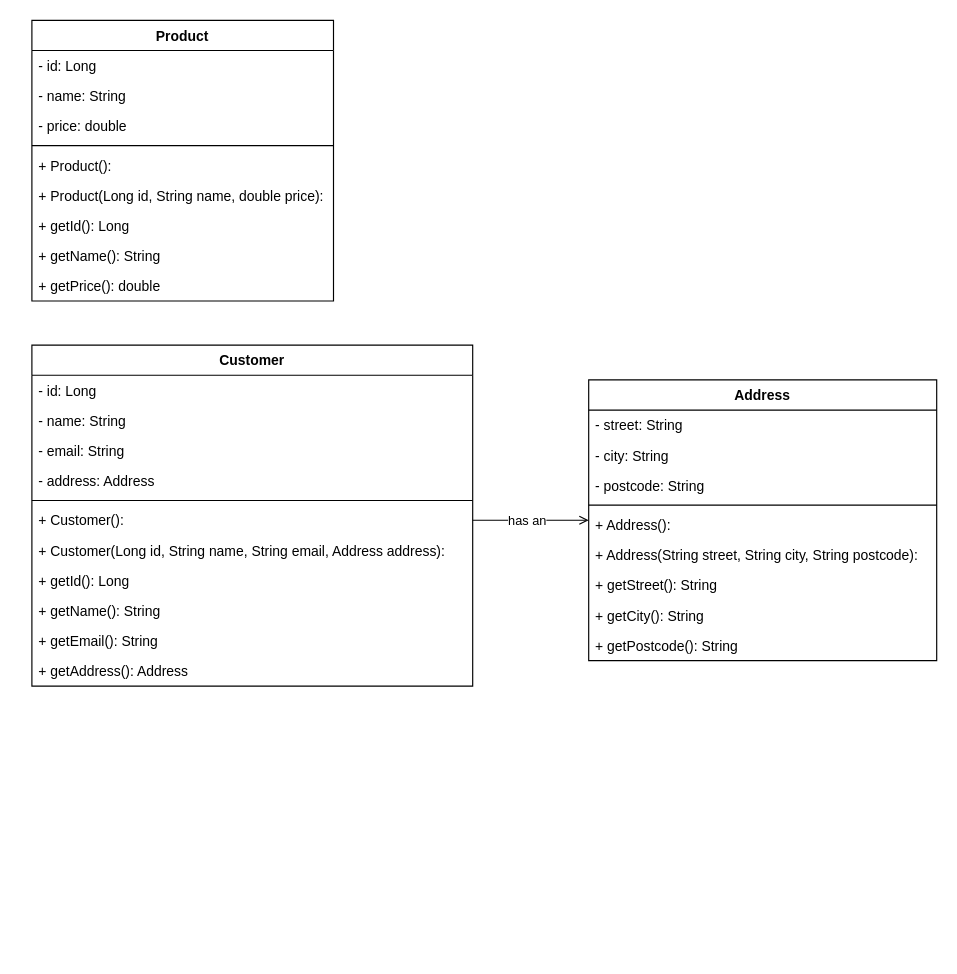
Earlier version of the draw.io diagram docs/uml/FullDiagram.drawio (hansajasandeepabadalge/products-api). Source tidied: cells renumbered, new cells numbered last; positions are measured from the earlier drawing's top-left corner, leaving out a move shared by most shapes. Both pictures are drawn from the tidied source at 116%, with x=0, y=0 at pixel (31, 20).
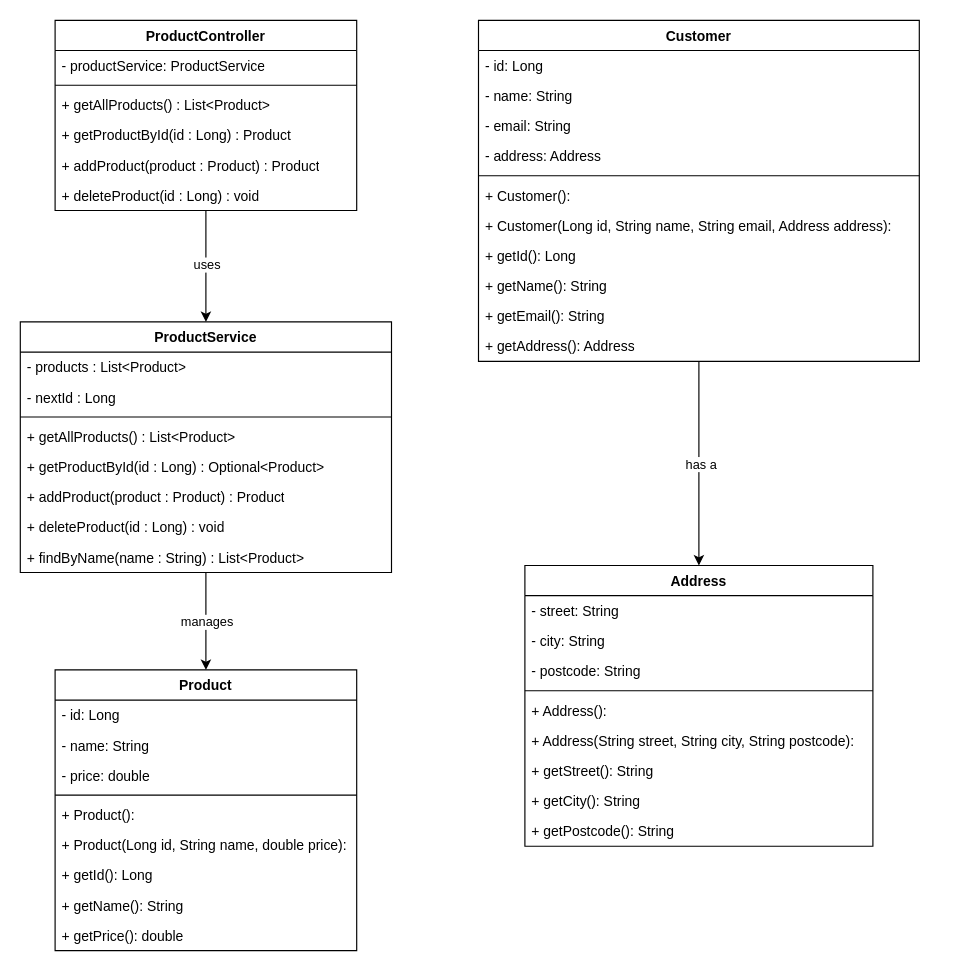
The same diagram, later.

Commit message (it also covers changes not shown here):
Tutorial 3: ProductService with List - four CRUD endpoints working

The change refers to these unchanged cells:
```xml
<mxCell id="8" value="+ Customer():" style="text;strokeColor=none;fillColor=none;align=left;verticalAlign=top;spacingLeft=4;spacingRight=4;overflow=hidden;points=[[0,0.5],[1,0.5]];portConstraint=eastwest;whiteSpace=wrap;html=1;" parent="2" vertex="1">
  <mxGeometry y="138" width="380" height="26" as="geometry" />
</mxCell>
```

Change to the diagram source:
```diff
@@
+    <mxCell id="36" style="edgeStyle=orthogonalEdgeStyle;rounded=0;jettySize=auto;html=1;entryX=0.5;entryY=0;entryDx=0;entryDy=0;" parent="1" edge="1" source="2" target="14">
+      <mxGeometry relative="1" as="geometry" />
+    </mxCell>
+    <mxCell id="37" value="has a" style="edgeLabel;html=1;align=center;verticalAlign=middle;" parent="36" vertex="1">
+      <mxGeometry y="1" relative="1" as="geometry" />
+    </mxCell>
     <mxCell id="2" value="Customer" style="swimlane;fontStyle=1;align=center;verticalAlign=top;horizontal=1;startSize=26;whiteSpace=wrap;html=1;" parent="1" vertex="1">
-      <mxGeometry y="280" width="380" height="294" as="geometry" />
+      <mxGeometry x="385" width="380" height="294" as="geometry" />
     </mxCell>
@@
     <mxCell id="14" value="Address" style="swimlane;fontStyle=1;align=center;verticalAlign=top;horizontal=1;startSize=26;whiteSpace=wrap;html=1;" parent="1" vertex="1">
-      <mxGeometry x="480" y="310" width="300" height="242" as="geometry" />
+      <mxGeometry x="425" y="470" width="300" height="242" as="geometry" />
     </mxCell>
@@
-    <mxCell id="24" style="edgeStyle=orthogonalEdgeStyle;rounded=0;jettySize=auto;html=1;entryX=0;entryY=0.5;entryDx=0;entryDy=0;endArrow=open;endFill=0;" parent="1" edge="1" source="8" target="14">
-      <mxGeometry relative="1" as="geometry" />
-    </mxCell>
-    <mxCell id="25" value="has an" style="edgeLabel;html=1;align=center;verticalAlign=middle;" parent="24" vertex="1">
-      <mxGeometry x="-0.09" relative="1" as="geometry" />
-    </mxCell>
     <mxCell id="26" value="Product" style="swimlane;fontStyle=1;align=center;verticalAlign=top;horizontal=1;startSize=26;whiteSpace=wrap;html=1;" parent="1" vertex="1">
-      <mxGeometry width="260" height="242" as="geometry" />
+      <mxGeometry x="20" y="560" width="260" height="242" as="geometry" />
     </mxCell>
@@
+    <mxCell id="38" style="edgeStyle=orthogonalEdgeStyle;rounded=0;jettySize=auto;html=1;entryX=0.5;entryY=0;entryDx=0;entryDy=0;" parent="1" edge="1" source="40" target="49">
+      <mxGeometry relative="1" as="geometry" />
+    </mxCell>
+    <mxCell id="39" value="uses" style="edgeLabel;html=1;align=center;verticalAlign=middle;" parent="38" vertex="1">
+      <mxGeometry x="0.08" y="-2" relative="1" as="geometry">
+        <mxPoint x="2" y="-6" as="offset" />
+      </mxGeometry>
+    </mxCell>
+    <mxCell id="40" value="ProductController" style="swimlane;fontStyle=1;align=center;verticalAlign=top;horizontal=1;startSize=26;whiteSpace=wrap;html=1;" parent="1" vertex="1">
+      <mxGeometry x="20" width="260" height="164" as="geometry" />
+    </mxCell>
+    <mxCell id="41" value="- productService: ProductService" style="text;strokeColor=none;fillColor=none;align=left;verticalAlign=top;spacingLeft=4;spacingRight=4;overflow=hidden;whiteSpace=wrap;html=1;" parent="40" vertex="1">
+      <mxGeometry y="26" width="260" height="26" as="geometry" />
+    </mxCell>
+    <mxCell id="42" style="line;strokeWidth=1;fillColor=none;align=left;verticalAlign=middle;spacingTop=-1;spacingLeft=3;spacingRight=3;labelPosition=right;strokeColor=inherit;" parent="40" vertex="1">
+      <mxGeometry y="52" width="260" height="8" as="geometry" />
+    </mxCell>
+    <mxCell id="43" value="+ getAllProducts() : List&amp;lt;Product&amp;gt;" style="text;strokeColor=none;fillColor=none;align=left;verticalAlign=top;spacingLeft=4;spacingRight=4;overflow=hidden;whiteSpace=wrap;html=1;" parent="40" vertex="1">
+      <mxGeometry y="60" width="260" height="26" as="geometry" />
+    </mxCell>
+    <mxCell id="44" value="+ getProductById(id : Long) : Product" style="text;strokeColor=none;fillColor=none;align=left;verticalAlign=top;spacingLeft=4;spacingRight=4;overflow=hidden;whiteSpace=wrap;html=1;" parent="40" vertex="1">
+      <mxGeometry y="86" width="260" height="26" as="geometry" />
+    </mxCell>
+    <mxCell id="45" value="+ addProduct(product : Product) : Product" style="text;strokeColor=none;fillColor=none;align=left;verticalAlign=top;spacingLeft=4;spacingRight=4;overflow=hidden;whiteSpace=wrap;html=1;" parent="40" vertex="1">
+      <mxGeometry y="112" width="260" height="26" as="geometry" />
+    </mxCell>
+    <mxCell id="46" value="+ deleteProduct(id : Long) : void" style="text;strokeColor=none;fillColor=none;align=left;verticalAlign=top;spacingLeft=4;spacingRight=4;overflow=hidden;whiteSpace=wrap;html=1;" parent="40" vertex="1">
+      <mxGeometry y="138" width="260" height="26" as="geometry" />
+    </mxCell>
+    <mxCell id="47" style="edgeStyle=orthogonalEdgeStyle;rounded=0;jettySize=auto;html=1;entryX=0.5;entryY=0;entryDx=0;entryDy=0;" parent="1" edge="1" source="49" target="26">
+      <mxGeometry relative="1" as="geometry" />
+    </mxCell>
+    <mxCell id="48" value="manages" style="edgeLabel;html=1;align=center;verticalAlign=middle;" parent="47" vertex="1">
+      <mxGeometry x="-0.28" y="-1" relative="1" as="geometry">
+        <mxPoint x="1" y="12" as="offset" />
+      </mxGeometry>
+    </mxCell>
+    <mxCell id="49" value="ProductService" style="swimlane;fontStyle=1;align=center;verticalAlign=top;horizontal=1;startSize=26;whiteSpace=wrap;html=1;" parent="1" vertex="1">
+      <mxGeometry x="-10" y="260" width="320" height="216" as="geometry" />
+    </mxCell>
+    <mxCell id="50" value="- products : List&amp;lt;Product&amp;gt;" style="text;strokeColor=none;fillColor=none;align=left;verticalAlign=top;spacingLeft=4;spacingRight=4;overflow=hidden;whiteSpace=wrap;html=1;" parent="49" vertex="1">
+      <mxGeometry y="26" width="320" height="26" as="geometry" />
+    </mxCell>
+    <mxCell id="51" value="- nextId : Long" style="text;strokeColor=none;fillColor=none;align=left;verticalAlign=top;spacingLeft=4;spacingRight=4;overflow=hidden;whiteSpace=wrap;html=1;fontStyle=0;" parent="49" vertex="1">
+      <mxGeometry y="52" width="320" height="26" as="geometry" />
+    </mxCell>
+    <mxCell id="52" style="line;strokeWidth=1;fillColor=none;align=left;verticalAlign=middle;spacingTop=-1;spacingLeft=3;spacingRight=3;labelPosition=right;strokeColor=inherit;" parent="49" vertex="1">
+      <mxGeometry y="78" width="320" height="8" as="geometry" />
+    </mxCell>
+    <mxCell id="53" value="+ getAllProducts() : List&amp;lt;Product&amp;gt;" style="text;strokeColor=none;fillColor=none;align=left;verticalAlign=top;spacingLeft=4;spacingRight=4;overflow=hidden;whiteSpace=wrap;html=1;" parent="49" vertex="1">
+      <mxGeometry y="86" width="320" height="26" as="geometry" />
+    </mxCell>
+    <mxCell id="54" value="+ getProductById(id : Long) : Optional&amp;lt;Product&amp;gt;" style="text;strokeColor=none;fillColor=none;align=left;verticalAlign=top;spacingLeft=4;spacingRight=4;overflow=hidden;whiteSpace=wrap;html=1;" parent="49" vertex="1">
+      <mxGeometry y="112" width="320" height="26" as="geometry" />
+    </mxCell>
+    <mxCell id="55" value="+ addProduct(product : Product) : Product" style="text;strokeColor=none;fillColor=none;align=left;verticalAlign=top;spacingLeft=4;spacingRight=4;overflow=hidden;whiteSpace=wrap;html=1;" parent="49" vertex="1">
+      <mxGeometry y="138" width="320" height="26" as="geometry" />
+    </mxCell>
+    <mxCell id="56" value="+ deleteProduct(id : Long) : void" style="text;strokeColor=none;fillColor=none;align=left;verticalAlign=top;spacingLeft=4;spacingRight=4;overflow=hidden;whiteSpace=wrap;html=1;" parent="49" vertex="1">
+      <mxGeometry y="164" width="320" height="26" as="geometry" />
+    </mxCell>
+    <mxCell id="57" value="+ findByName(name : String) : List&amp;lt;Product&amp;gt;" style="text;strokeColor=none;fillColor=none;align=left;verticalAlign=top;spacingLeft=4;spacingRight=4;overflow=hidden;whiteSpace=wrap;html=1;fontStyle=0;" parent="49" vertex="1">
+      <mxGeometry y="190" width="320" height="26" as="geometry" />
+    </mxCell>
```
